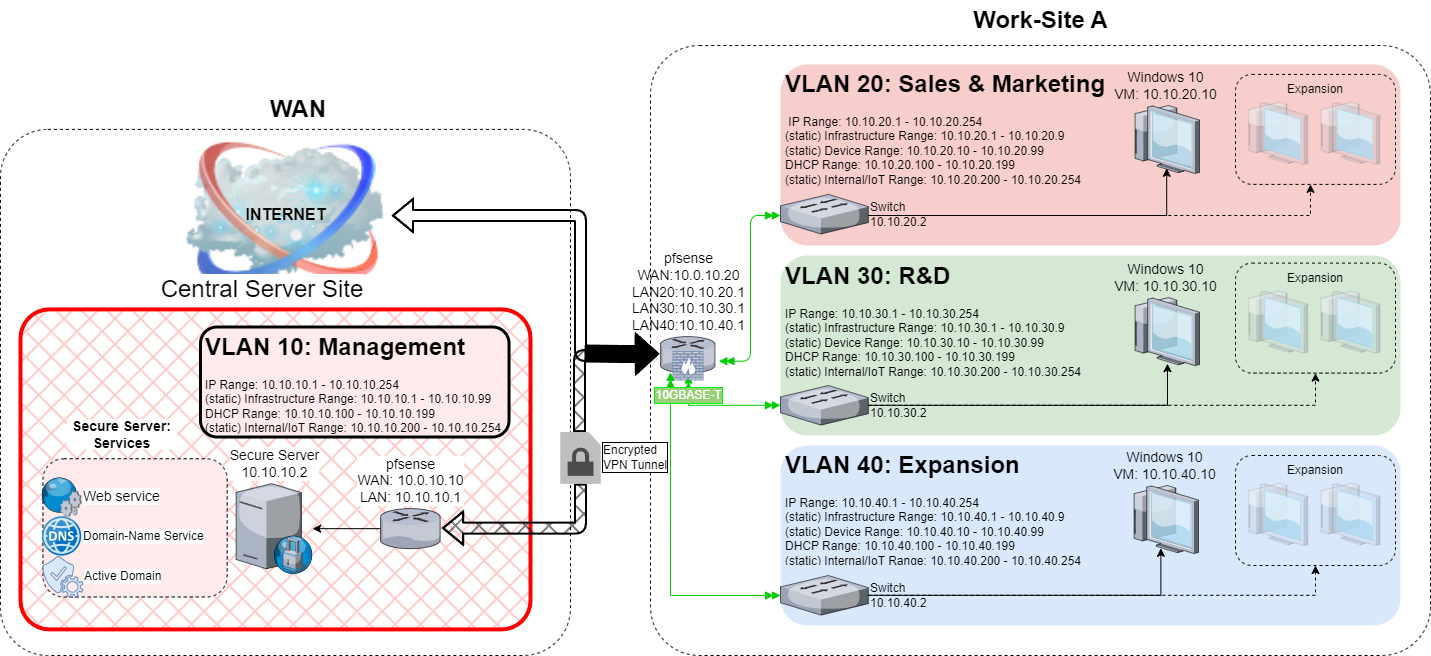
JingLbyte/documentation keeps this draw.io diagram as Network-Topology.png. Above is the earlier version. Source tidied: cells renumbered, new cells last; positions are measured from the earlier drawing's top-left corner, leaving out a move shared by most shapes.
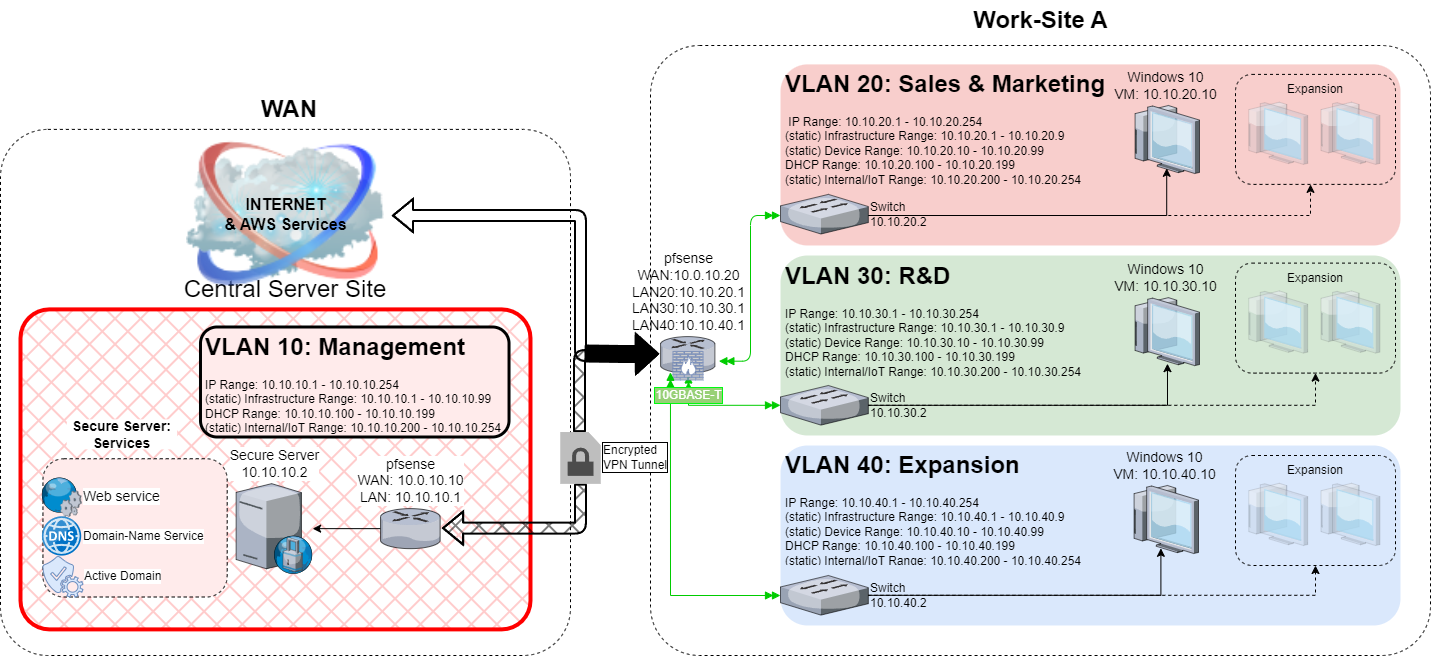
After the change.

The edit, as a diff of the source:
```diff
@@ -2,6 +2,9 @@
   <root>
     <mxCell id="0" style="html=1;" />
     <mxCell id="1" style="html=1;" parent="0" />
+    <mxCell id="30" value="Central Server Site" style="text;html=1;strokeColor=none;fillColor=default;align=center;verticalAlign=middle;whiteSpace=wrap;rounded=1;fontSize=24;" parent="1" vertex="1">
+      <mxGeometry x="180.9" y="273.5" width="208.2" height="30" as="geometry" />
+    </mxCell>
     <mxCell id="2" style="rounded=1;whiteSpace=wrap;html=1;fillColor=none;dashed=1;arcSize=9;" parent="1" vertex="1">
       <mxGeometry y="128.9" width="570" height="526.1" as="geometry" />
     </mxCell>
@@ -29,7 +32,7 @@
       <mxGeometry x="672.5" y="351" width="30" height="28.5" as="geometry" />
     </mxCell>
     <mxCell id="9" value="&lt;h1&gt;WAN&lt;/h1&gt;" style="text;html=1;strokeColor=none;fillColor=none;align=center;verticalAlign=middle;whiteSpace=wrap;rounded=0;" parent="1" vertex="1">
-      <mxGeometry x="235.6" y="88.9" width="124.2" height="40" as="geometry" />
+      <mxGeometry x="226.7" y="88.9" width="124.2" height="40" as="geometry" />
     </mxCell>
     <mxCell id="10" style="rounded=0;jettySize=auto;html=1;startArrow=doubleBlock;startFill=1;strokeColor=#00CC00;endArrow=doubleBlock;endFill=1;exitX=0.181;exitY=0.978;exitDx=0;exitDy=0;exitPerimeter=0;edgeStyle=orthogonalEdgeStyle;" parent="1" edge="1" source="7" target="48">
       <mxGeometry relative="1" as="geometry">
@@ -95,7 +98,7 @@
         </Array>
       </mxGeometry>
     </mxCell>
-    <mxCell id="24" value="INTERNET" style="image;html=1;image=img/lib/clip_art/networking/Cloud_128x128.png;labelPosition=center;verticalLabelPosition=middle;align=center;verticalAlign=middle;fontStyle=1;fontSize=16;labelBackgroundColor=none;" parent="1" vertex="1">
+    <mxCell id="24" value="INTERNET&lt;br&gt;&amp;amp; AWS Services" style="image;html=1;image=img/lib/clip_art/networking/Cloud_128x128.png;labelPosition=center;verticalLabelPosition=middle;align=center;verticalAlign=middle;fontStyle=1;fontSize=16;labelBackgroundColor=none;" parent="1" vertex="1">
       <mxGeometry x="184.4" y="140.7" width="201.1" height="146" as="geometry" />
     </mxCell>
     <mxCell id="25" style="whiteSpace=wrap;html=1;fillColor=#ffcccc;fontSize=14;verticalAlign=top;strokeWidth=4;fillStyle=cross-hatch;strokeColor=#ff0000;rounded=1;arcSize=9;" parent="1" vertex="1">
@@ -113,9 +116,6 @@
     <mxCell id="29" value="Secure Server&lt;br&gt;10.10.10.2" style="verticalLabelPosition=top;html=1;verticalAlign=bottom;strokeColor=none;shape=mxgraph.citrix.proxy_server;fillColor=#66B2FF;gradientColor=#0066CC;fontSize=14;labelPosition=center;align=center;labelBackgroundColor=default;" parent="1" vertex="1">
       <mxGeometry x="235.6" y="483.1" width="76.5" height="90" as="geometry" />
     </mxCell>
-    <mxCell id="30" value="Central Server Site" style="text;html=1;strokeColor=none;fillColor=default;align=center;verticalAlign=middle;whiteSpace=wrap;rounded=1;fontSize=24;" parent="1" vertex="1">
-      <mxGeometry x="157.9" y="273.5" width="208.2" height="30" as="geometry" />
-    </mxCell>
     <mxCell id="31" style="shape=flexArrow;endArrow=none;startArrow=classic;html=1;rounded=1;strokeWidth=2;exitX=1.022;exitY=0.486;exitDx=0;exitDy=0;exitPerimeter=0;endFill=0;fillColor=#000000;fillStyle=cross-hatch;edgeStyle=orthogonalEdgeStyle;" parent="1" edge="1" source="27" target="33">
       <mxGeometry relative="1" as="geometry" />
     </mxCell>
```
